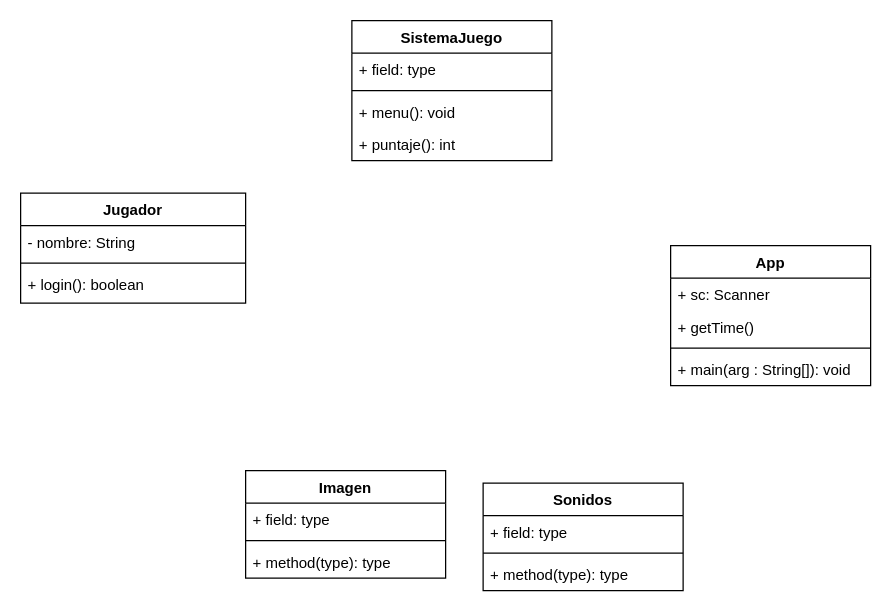
The draw.io diagram Proyecto/DiagramaDeClase.dio in R3LM15/Trabajo-Grupal, before the edit. Source tidied: cells renumbered, new cells numbered last; positions are measured from the earlier drawing's top-left corner, leaving out a move shared by most shapes. Both pictures are drawn from the tidied source at 125%, with x=0, y=0 at pixel (20, 20).
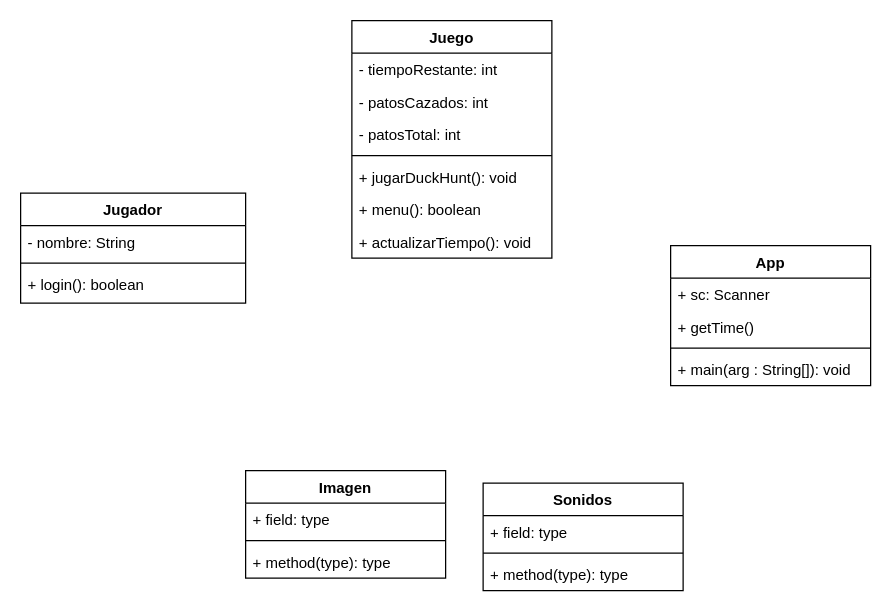
After the change.

Commit message:
Cambios diagrama de clase

Change to the diagram source:
```diff
@@
-    <mxCell id="2" value="SistemaJuego" style="swimlane;fontStyle=1;align=center;verticalAlign=top;horizontal=1;startSize=26;" parent="1" vertex="1">
-      <mxGeometry x="265" width="160" height="112" as="geometry" />
+    <mxCell id="2" value="Juego" style="swimlane;fontStyle=1;align=center;verticalAlign=top;horizontal=1;startSize=26;" parent="1" vertex="1">
+      <mxGeometry x="265" width="160" height="190" as="geometry" />
     </mxCell>
-    <mxCell id="3" value="+ field: type" style="text;strokeColor=none;fillColor=none;align=left;verticalAlign=top;spacingLeft=4;spacingRight=4;overflow=hidden;" parent="2" vertex="1">
+    <mxCell id="3" value="- tiempoRestante: int" style="text;strokeColor=none;fillColor=none;align=left;verticalAlign=top;spacingLeft=4;spacingRight=4;overflow=hidden;" parent="2" vertex="1">
       <mxGeometry y="26" width="160" height="26" as="geometry" />
     </mxCell>
+    <mxCell id="24" value="- patosCazados: int&#10;" style="text;strokeColor=none;fillColor=none;align=left;verticalAlign=top;spacingLeft=4;spacingRight=4;overflow=hidden;" parent="2" vertex="1">
+      <mxGeometry y="52" width="160" height="26" as="geometry" />
+    </mxCell>
+    <mxCell id="25" value="- patosTotal: int&#10;" style="text;strokeColor=none;fillColor=none;align=left;verticalAlign=top;spacingLeft=4;spacingRight=4;overflow=hidden;" parent="2" vertex="1">
+      <mxGeometry y="78" width="160" height="26" as="geometry" />
+    </mxCell>
     <mxCell id="4" style="line;strokeWidth=1;fillColor=none;align=left;verticalAlign=middle;spacingTop=-1;spacingLeft=3;spacingRight=3;labelPosition=right;strokeColor=inherit;" parent="2" vertex="1">
-      <mxGeometry y="52" width="160" height="8" as="geometry" />
+      <mxGeometry y="104" width="160" height="8" as="geometry" />
     </mxCell>
+    <mxCell id="26" value="+ jugarDuckHunt(): void" style="text;strokeColor=none;fillColor=none;align=left;verticalAlign=top;spacingLeft=4;spacingRight=4;overflow=hidden;" parent="2" vertex="1">
+      <mxGeometry y="112" width="160" height="26" as="geometry" />
+    </mxCell>
-    <mxCell id="5" value="+ menu(): void" style="text;strokeColor=none;fillColor=none;align=left;verticalAlign=top;spacingLeft=4;spacingRight=4;overflow=hidden;" parent="2" vertex="1">
-      <mxGeometry y="60" width="160" height="26" as="geometry" />
+    <mxCell id="5" value="+ menu(): boolean" style="text;strokeColor=none;fillColor=none;align=left;verticalAlign=top;spacingLeft=4;spacingRight=4;overflow=hidden;" parent="2" vertex="1">
+      <mxGeometry y="138" width="160" height="26" as="geometry" />
     </mxCell>
-    <mxCell id="6" value="+ puntaje(): int" style="text;strokeColor=none;fillColor=none;align=left;verticalAlign=top;spacingLeft=4;spacingRight=4;overflow=hidden;" parent="2" vertex="1">
-      <mxGeometry y="86" width="160" height="26" as="geometry" />
+    <mxCell id="6" value="+ actualizarTiempo(): void" style="text;strokeColor=none;fillColor=none;align=left;verticalAlign=top;spacingLeft=4;spacingRight=4;overflow=hidden;" parent="2" vertex="1">
+      <mxGeometry y="164" width="160" height="26" as="geometry" />
     </mxCell>
```
